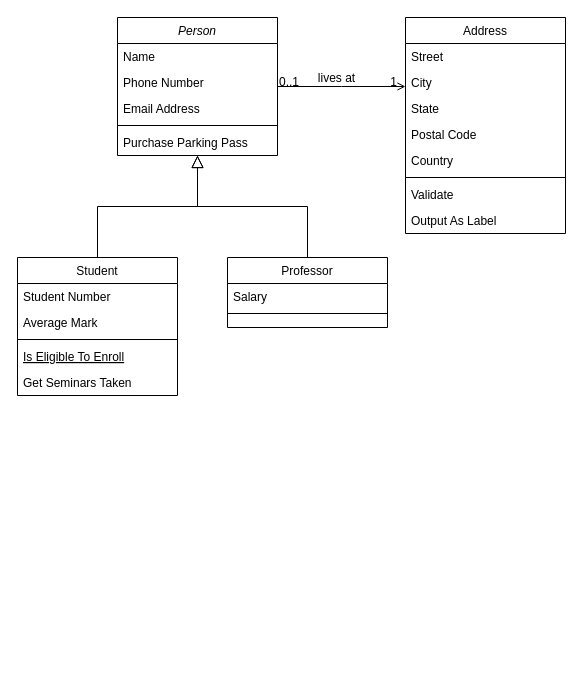
Fanikarina/Project-TeFa keeps this draw.io diagram as Class diagram.drawio. Above is the earlier version. Source tidied: cells renumbered, new cells numbered last; positions are measured from the earlier drawing's top-left corner, leaving out a move shared by most shapes. Both pictures are drawn from the tidied source at 100%, with x=0, y=0 at pixel (17, 17).
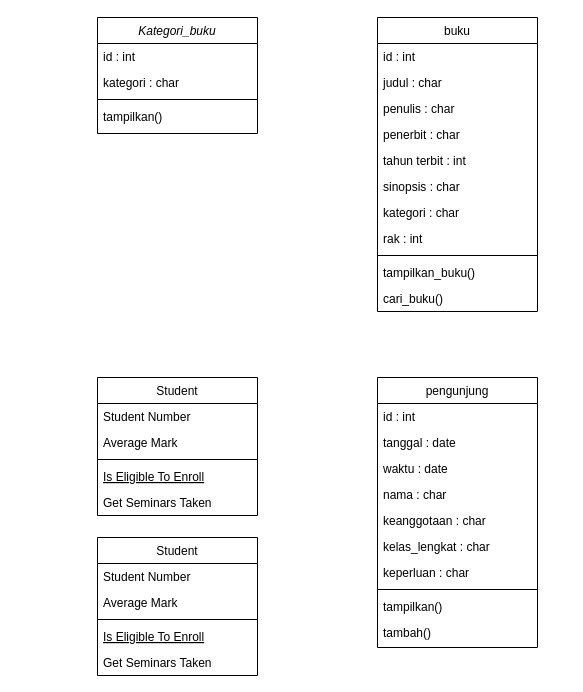
After the change.

What changed in the source:
```diff
@@
-    <mxCell id="2" value="Person" style="swimlane;fontStyle=2;align=center;verticalAlign=top;horizontal=1;startSize=26;rounded=0;shadow=0;strokeWidth=1;" parent="1" vertex="1">
-      <mxGeometry x="100" width="160" height="138" as="geometry" />
+    <mxCell id="2" value="Kategori_buku" style="swimlane;fontStyle=2;align=center;verticalAlign=top;horizontal=1;startSize=26;rounded=0;shadow=0;strokeWidth=1;" parent="1" vertex="1">
+      <mxGeometry x="80" width="160" height="116" as="geometry" />
     </mxCell>
-    <mxCell id="3" value="Name" style="text;align=left;verticalAlign=top;spacingLeft=4;spacingRight=4;overflow=hidden;" parent="2" vertex="1">
+    <mxCell id="3" value="id : int" style="text;align=left;verticalAlign=top;spacingLeft=4;spacingRight=4;overflow=hidden;" parent="2" vertex="1">
       <mxGeometry y="26" width="160" height="26" as="geometry" />
     </mxCell>
-    <mxCell id="4" value="Phone Number" style="text;align=left;verticalAlign=top;spacingLeft=4;spacingRight=4;overflow=hidden;rounded=0;shadow=0;html=0;" parent="2" vertex="1">
+    <mxCell id="4" value="kategori : char " style="text;align=left;verticalAlign=top;spacingLeft=4;spacingRight=4;overflow=hidden;rounded=0;shadow=0;html=0;" parent="2" vertex="1">
       <mxGeometry y="52" width="160" height="26" as="geometry" />
     </mxCell>
-    <mxCell id="5" value="Email Address" style="text;align=left;verticalAlign=top;spacingLeft=4;spacingRight=4;overflow=hidden;rounded=0;shadow=0;html=0;" parent="2" vertex="1">
-      <mxGeometry y="78" width="160" height="26" as="geometry" />
-    </mxCell>
     <mxCell id="6" style="line;html=1;strokeWidth=1;align=left;verticalAlign=middle;spacingTop=-1;spacingLeft=3;spacingRight=3;labelPosition=right;" parent="2" vertex="1">
-      <mxGeometry y="104" width="160" height="8" as="geometry" />
+      <mxGeometry y="78" width="160" height="8" as="geometry" />
     </mxCell>
-    <mxCell id="7" value="Purchase Parking Pass" style="text;align=left;verticalAlign=top;spacingLeft=4;spacingRight=4;overflow=hidden;" parent="2" vertex="1">
-      <mxGeometry y="112" width="160" height="26" as="geometry" />
+    <mxCell id="7" value="tampilkan()" style="text;align=left;verticalAlign=top;spacingLeft=4;spacingRight=4;overflow=hidden;" parent="2" vertex="1">
+      <mxGeometry y="86" width="160" height="30" as="geometry" />
     </mxCell>
     <mxCell id="8" value="Student" style="swimlane;fontStyle=0;align=center;verticalAlign=top;horizontal=1;startSize=26;rounded=0;shadow=0;strokeWidth=1;" parent="1" vertex="1">
-      <mxGeometry y="240" width="160" height="138" as="geometry" />
+      <mxGeometry x="80" y="360" width="160" height="138" as="geometry" />
     </mxCell>
@@
-    <mxCell id="14" style="endArrow=block;endSize=10;endFill=0;shadow=0;strokeWidth=1;rounded=0;edgeStyle=elbowEdgeStyle;elbow=vertical;" parent="1" edge="1" source="8" target="2">
-      <mxGeometry relative="1" as="geometry" />
-    </mxCell>
-    <mxCell id="15" value="Professor" style="swimlane;fontStyle=0;align=center;verticalAlign=top;horizontal=1;startSize=26;rounded=0;shadow=0;strokeWidth=1;" parent="1" vertex="1">
-      <mxGeometry x="210" y="240" width="160" height="70" as="geometry" />
-    </mxCell>
-    <mxCell id="16" value="Salary" style="text;align=left;verticalAlign=top;spacingLeft=4;spacingRight=4;overflow=hidden;" parent="15" vertex="1">
-      <mxGeometry y="26" width="160" height="26" as="geometry" />
-    </mxCell>
-    <mxCell id="17" style="line;html=1;strokeWidth=1;align=left;verticalAlign=middle;spacingTop=-1;spacingLeft=3;spacingRight=3;labelPosition=right;" parent="15" vertex="1">
-      <mxGeometry y="52" width="160" height="8" as="geometry" />
-    </mxCell>
-    <mxCell id="18" style="endArrow=block;endSize=10;endFill=0;shadow=0;strokeWidth=1;rounded=0;edgeStyle=elbowEdgeStyle;elbow=vertical;" parent="1" edge="1" source="15" target="2">
-      <mxGeometry relative="1" as="geometry" />
-    </mxCell>
-    <mxCell id="19" value="Address" style="swimlane;fontStyle=0;align=center;verticalAlign=top;horizontal=1;startSize=26;rounded=0;shadow=0;strokeWidth=1;" parent="1" vertex="1">
-      <mxGeometry x="388" width="160" height="216" as="geometry" />
+    <mxCell id="19" value="buku" style="swimlane;fontStyle=0;align=center;verticalAlign=top;horizontal=1;startSize=26;rounded=0;shadow=0;strokeWidth=1;" parent="1" vertex="1">
+      <mxGeometry x="360" width="160" height="294" as="geometry" />
     </mxCell>
-    <mxCell id="20" value="Street" style="text;align=left;verticalAlign=top;spacingLeft=4;spacingRight=4;overflow=hidden;" parent="19" vertex="1">
+    <mxCell id="20" value="id : int" style="text;align=left;verticalAlign=top;spacingLeft=4;spacingRight=4;overflow=hidden;" parent="19" vertex="1">
       <mxGeometry y="26" width="160" height="26" as="geometry" />
     </mxCell>
-    <mxCell id="21" value="City" style="text;align=left;verticalAlign=top;spacingLeft=4;spacingRight=4;overflow=hidden;rounded=0;shadow=0;html=0;" parent="19" vertex="1">
+    <mxCell id="21" value="judul : char" style="text;align=left;verticalAlign=top;spacingLeft=4;spacingRight=4;overflow=hidden;rounded=0;shadow=0;html=0;" parent="19" vertex="1">
       <mxGeometry y="52" width="160" height="26" as="geometry" />
     </mxCell>
-    <mxCell id="22" value="State" style="text;align=left;verticalAlign=top;spacingLeft=4;spacingRight=4;overflow=hidden;rounded=0;shadow=0;html=0;" parent="19" vertex="1">
+    <mxCell id="22" value="penulis : char" style="text;align=left;verticalAlign=top;spacingLeft=4;spacingRight=4;overflow=hidden;rounded=0;shadow=0;html=0;" parent="19" vertex="1">
       <mxGeometry y="78" width="160" height="26" as="geometry" />
     </mxCell>
+    <mxCell id="26" value="penerbit : char " style="text;align=left;verticalAlign=top;spacingLeft=4;spacingRight=4;overflow=hidden;" parent="19" vertex="1">
+      <mxGeometry y="104" width="160" height="26" as="geometry" />
+    </mxCell>
+    <mxCell id="24" value="tahun terbit : int" style="text;align=left;verticalAlign=top;spacingLeft=4;spacingRight=4;overflow=hidden;rounded=0;shadow=0;html=0;" parent="19" vertex="1">
+      <mxGeometry y="130" width="160" height="26" as="geometry" />
+    </mxCell>
-    <mxCell id="23" value="Postal Code" style="text;align=left;verticalAlign=top;spacingLeft=4;spacingRight=4;overflow=hidden;rounded=0;shadow=0;html=0;" parent="19" vertex="1">
-      <mxGeometry y="104" width="160" height="26" as="geometry" />
+    <mxCell id="23" value="sinopsis : char" style="text;align=left;verticalAlign=top;spacingLeft=4;spacingRight=4;overflow=hidden;rounded=0;shadow=0;html=0;" parent="19" vertex="1">
+      <mxGeometry y="156" width="160" height="26" as="geometry" />
     </mxCell>
-    <mxCell id="24" value="Country" style="text;align=left;verticalAlign=top;spacingLeft=4;spacingRight=4;overflow=hidden;rounded=0;shadow=0;html=0;" parent="19" vertex="1">
-      <mxGeometry y="130" width="160" height="26" as="geometry" />
-    </mxCell>
+    <mxCell id="27" value="kategori : char" style="text;align=left;verticalAlign=top;spacingLeft=4;spacingRight=4;overflow=hidden;" parent="19" vertex="1">
+      <mxGeometry y="182" width="160" height="26" as="geometry" />
+    </mxCell>
+    <mxCell id="32" value="rak : int" style="text;align=left;verticalAlign=top;spacingLeft=4;spacingRight=4;overflow=hidden;" parent="19" vertex="1">
+      <mxGeometry y="208" width="160" height="26" as="geometry" />
+    </mxCell>
     <mxCell id="25" style="line;html=1;strokeWidth=1;align=left;verticalAlign=middle;spacingTop=-1;spacingLeft=3;spacingRight=3;labelPosition=right;" parent="19" vertex="1">
-      <mxGeometry y="156" width="160" height="8" as="geometry" />
+      <mxGeometry y="234" width="160" height="8" as="geometry" />
     </mxCell>
-    <mxCell id="26" value="Validate" style="text;align=left;verticalAlign=top;spacingLeft=4;spacingRight=4;overflow=hidden;" parent="19" vertex="1">
-      <mxGeometry y="164" width="160" height="26" as="geometry" />
-    </mxCell>
-    <mxCell id="27" value="Output As Label" style="text;align=left;verticalAlign=top;spacingLeft=4;spacingRight=4;overflow=hidden;" parent="19" vertex="1">
-      <mxGeometry y="190" width="160" height="26" as="geometry" />
-    </mxCell>
-    <mxCell id="28" style="endArrow=open;shadow=0;strokeWidth=1;rounded=0;endFill=1;edgeStyle=elbowEdgeStyle;elbow=vertical;" parent="1" edge="1" source="2" target="19">
-      <mxGeometry x="0.5" y="41" relative="1" as="geometry">
-        <mxPoint x="-40" y="32" as="offset" />
-      </mxGeometry>
-    </mxCell>
-    <mxCell id="29" value="0..1" style="align=left;verticalAlign=bottom;labelBackgroundColor=none;fontSize=12;" parent="28" vertex="1">
-      <mxGeometry x="-1" relative="1" as="geometry">
-        <mxPoint y="4" as="offset" />
-      </mxGeometry>
-    </mxCell>
-    <mxCell id="30" value="1" style="align=right;verticalAlign=bottom;labelBackgroundColor=none;fontSize=12;" parent="28" vertex="1">
-      <mxGeometry x="1" relative="1" as="geometry">
-        <mxPoint x="-7" y="4" as="offset" />
-      </mxGeometry>
-    </mxCell>
-    <mxCell id="31" value="lives at" style="text;html=1;align=center;verticalAlign=middle;labelBackgroundColor=none;rounded=0;shadow=0;strokeWidth=1;fontSize=12;" parent="28" vertex="1">
-      <mxGeometry x="0.5" y="49" relative="1" as="geometry">
-        <mxPoint x="-38" y="40" as="offset" />
-      </mxGeometry>
-    </mxCell>
+    <mxCell id="33" value="tampilkan_buku()" style="text;align=left;verticalAlign=top;spacingLeft=4;spacingRight=4;overflow=hidden;" parent="19" vertex="1">
+      <mxGeometry y="242" width="160" height="26" as="geometry" />
+    </mxCell>
+    <mxCell id="34" value="cari_buku()" style="text;align=left;verticalAlign=top;spacingLeft=4;spacingRight=4;overflow=hidden;" parent="19" vertex="1">
+      <mxGeometry y="268" width="160" height="26" as="geometry" />
+    </mxCell>
+    <mxCell id="35" value="pengunjung" style="swimlane;fontStyle=0;align=center;verticalAlign=top;horizontal=1;startSize=26;rounded=0;shadow=0;strokeWidth=1;" parent="1" vertex="1">
+      <mxGeometry x="360" y="360" width="160" height="270" as="geometry" />
+    </mxCell>
+    <mxCell id="36" value="id : int" style="text;align=left;verticalAlign=top;spacingLeft=4;spacingRight=4;overflow=hidden;" parent="35" vertex="1">
+      <mxGeometry y="26" width="160" height="26" as="geometry" />
+    </mxCell>
+    <mxCell id="37" value="tanggal : date" style="text;align=left;verticalAlign=top;spacingLeft=4;spacingRight=4;overflow=hidden;rounded=0;shadow=0;html=0;" parent="35" vertex="1">
+      <mxGeometry y="52" width="160" height="26" as="geometry" />
+    </mxCell>
+    <mxCell id="38" value="waktu : date" style="text;align=left;verticalAlign=top;spacingLeft=4;spacingRight=4;overflow=hidden;rounded=0;shadow=0;html=0;" parent="35" vertex="1">
+      <mxGeometry y="78" width="160" height="26" as="geometry" />
+    </mxCell>
+    <mxCell id="39" value="nama : char " style="text;align=left;verticalAlign=top;spacingLeft=4;spacingRight=4;overflow=hidden;" parent="35" vertex="1">
+      <mxGeometry y="104" width="160" height="26" as="geometry" />
+    </mxCell>
+    <mxCell id="40" value="keanggotaan : char" style="text;align=left;verticalAlign=top;spacingLeft=4;spacingRight=4;overflow=hidden;rounded=0;shadow=0;html=0;" parent="35" vertex="1">
+      <mxGeometry y="130" width="160" height="26" as="geometry" />
+    </mxCell>
+    <mxCell id="41" value="kelas_lengkat : char" style="text;align=left;verticalAlign=top;spacingLeft=4;spacingRight=4;overflow=hidden;rounded=0;shadow=0;html=0;" parent="35" vertex="1">
+      <mxGeometry y="156" width="160" height="26" as="geometry" />
+    </mxCell>
+    <mxCell id="42" value="keperluan : char" style="text;align=left;verticalAlign=top;spacingLeft=4;spacingRight=4;overflow=hidden;" parent="35" vertex="1">
+      <mxGeometry y="182" width="160" height="26" as="geometry" />
+    </mxCell>
+    <mxCell id="43" style="line;html=1;strokeWidth=1;align=left;verticalAlign=middle;spacingTop=-1;spacingLeft=3;spacingRight=3;labelPosition=right;" parent="35" vertex="1">
+      <mxGeometry y="208" width="160" height="8" as="geometry" />
+    </mxCell>
+    <mxCell id="44" value="tampilkan()" style="text;align=left;verticalAlign=top;spacingLeft=4;spacingRight=4;overflow=hidden;" parent="35" vertex="1">
+      <mxGeometry y="216" width="160" height="26" as="geometry" />
+    </mxCell>
+    <mxCell id="45" value="tambah()" style="text;align=left;verticalAlign=top;spacingLeft=4;spacingRight=4;overflow=hidden;" parent="35" vertex="1">
+      <mxGeometry y="242" width="160" height="26" as="geometry" />
+    </mxCell>
+    <mxCell id="46" value="Student" style="swimlane;fontStyle=0;align=center;verticalAlign=top;horizontal=1;startSize=26;rounded=0;shadow=0;strokeWidth=1;" parent="1" vertex="1">
+      <mxGeometry x="80" y="520" width="160" height="138" as="geometry" />
+    </mxCell>
+    <mxCell id="47" value="Student Number" style="text;align=left;verticalAlign=top;spacingLeft=4;spacingRight=4;overflow=hidden;" parent="46" vertex="1">
+      <mxGeometry y="26" width="160" height="26" as="geometry" />
+    </mxCell>
+    <mxCell id="48" value="Average Mark" style="text;align=left;verticalAlign=top;spacingLeft=4;spacingRight=4;overflow=hidden;rounded=0;shadow=0;html=0;" parent="46" vertex="1">
+      <mxGeometry y="52" width="160" height="26" as="geometry" />
+    </mxCell>
+    <mxCell id="49" style="line;html=1;strokeWidth=1;align=left;verticalAlign=middle;spacingTop=-1;spacingLeft=3;spacingRight=3;labelPosition=right;" parent="46" vertex="1">
+      <mxGeometry y="78" width="160" height="8" as="geometry" />
+    </mxCell>
+    <mxCell id="50" value="Is Eligible To Enroll" style="text;align=left;verticalAlign=top;spacingLeft=4;spacingRight=4;overflow=hidden;fontStyle=4;" parent="46" vertex="1">
+      <mxGeometry y="86" width="160" height="26" as="geometry" />
+    </mxCell>
+    <mxCell id="51" value="Get Seminars Taken" style="text;align=left;verticalAlign=top;spacingLeft=4;spacingRight=4;overflow=hidden;" parent="46" vertex="1">
+      <mxGeometry y="112" width="160" height="26" as="geometry" />
+    </mxCell>
```
